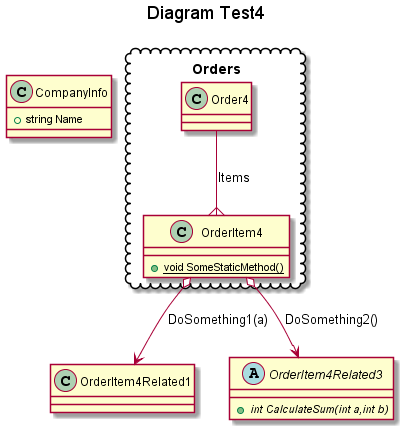
Above: docs/testsResults/T12_Should_mark_static_method.png in isukces/AutoUml (PlantUML), before the change.
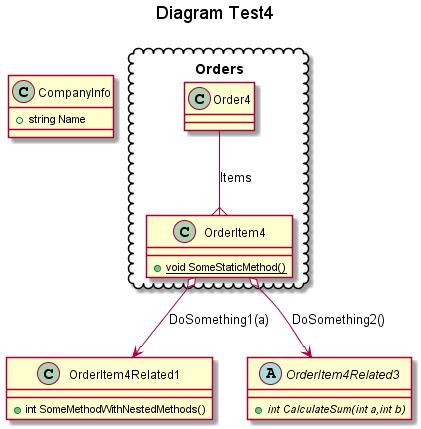
Later version of the same file.

The edit, as a diff of the source:
```diff
@@ -9,6 +9,7 @@
 }
 class OrderItem4Related1
 {
+    +int SomeMethodWithNestedMethods()
 }
 abstract class OrderItem4Related3
 {
```
